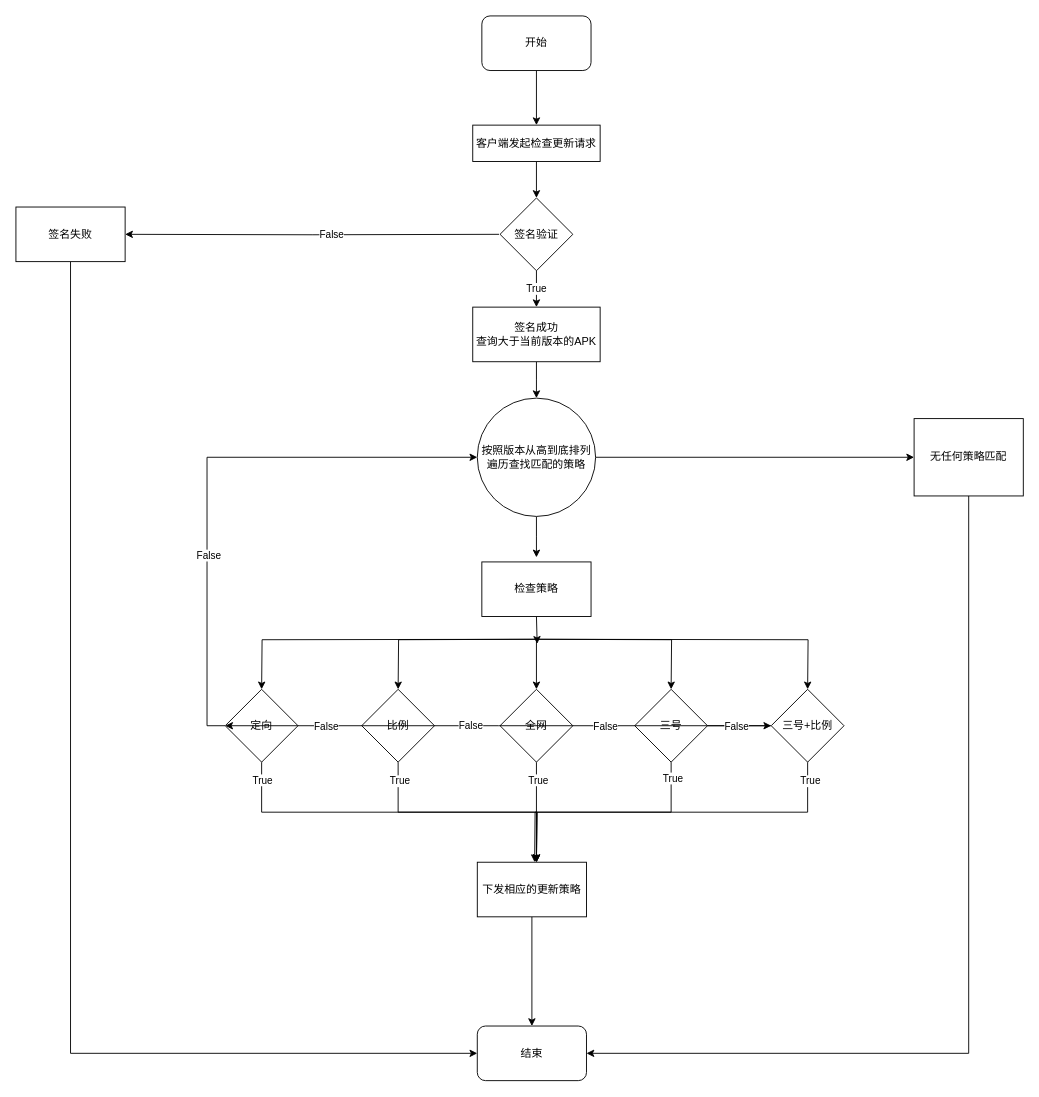
This is 流程图/应用自更新流程图.drawio from sunshibao/draw, a draw.io file, before an edit. Source tidied: cells renumbered, new cells numbered last; positions are measured from the earlier drawing's top-left corner, leaving out a move shared by most shapes. Both pictures are drawn from the tidied source at 91%, with x=0, y=0 at pixel (15, 15).
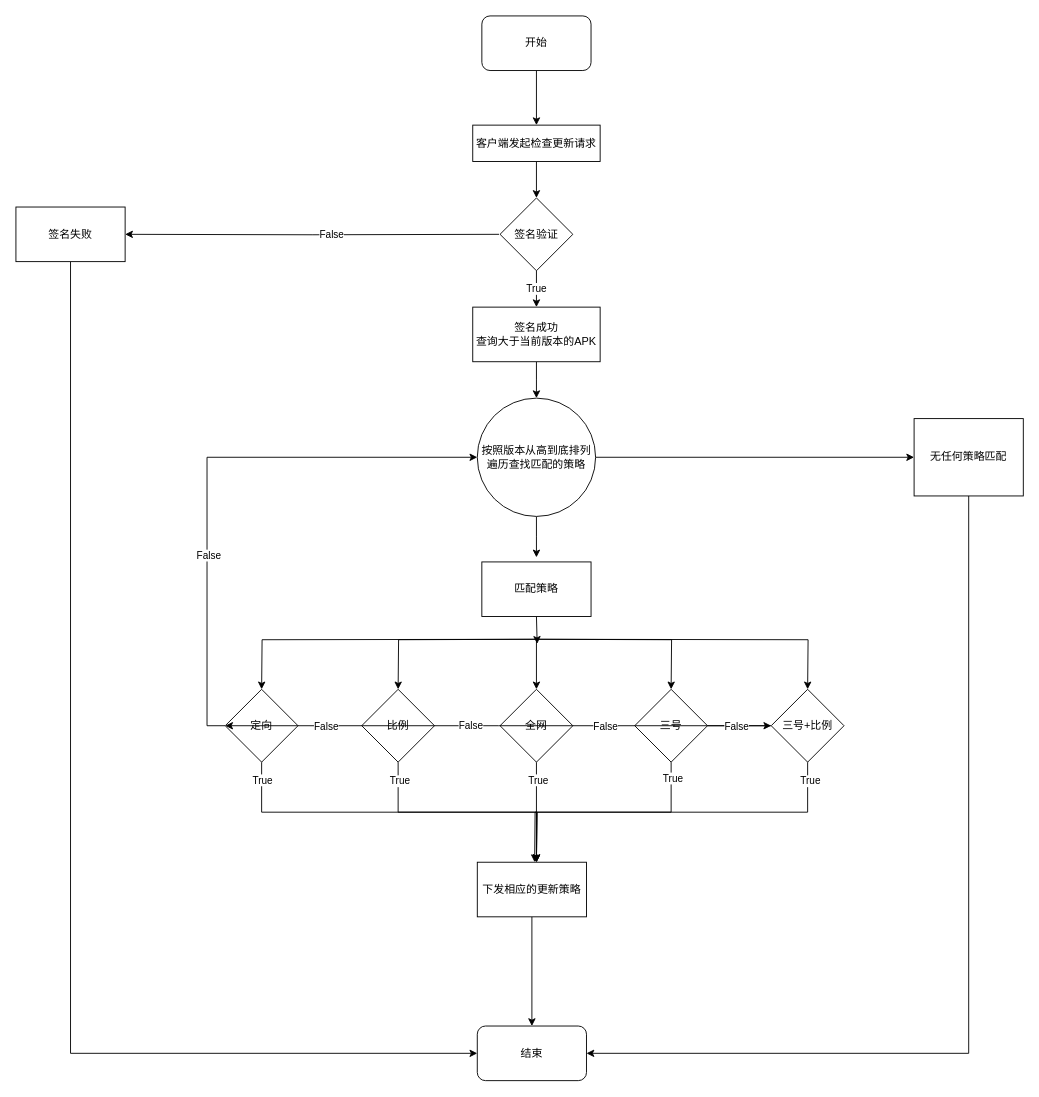
The same page after the edit.

Commit message:
更新应用自更新流程图.drawio

Change to the diagram source:
```diff
@@
-    <mxCell id="47" value="检查策略" style="rounded=0;whiteSpace=wrap;html=1;" parent="1" vertex="1">
+    <mxCell id="47" value="匹配策略" style="rounded=0;whiteSpace=wrap;html=1;" parent="1" vertex="1">
       <mxGeometry x="512" y="600" width="120" height="60" as="geometry" />
     </mxCell>
```
